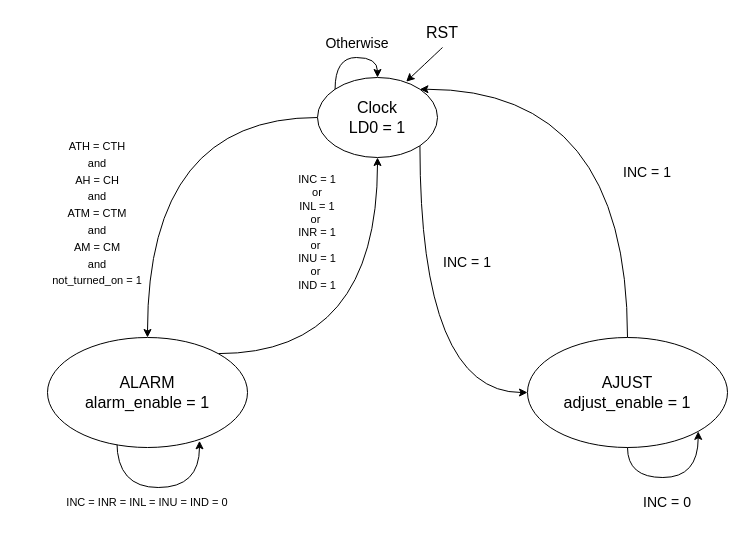
This is page "FSM- Main Circuit" (5 of 7) of Block Diagram.drawio from MagdElDinAhmed/DD1-Project2, a draw.io file, before an edit. Source tidied: cells renumbered, new cells numbered last; positions are measured from the earlier drawing's top-left corner, leaving out a move shared by most shapes. Both pictures are drawn from the tidied source at 100%, with x=0, y=0 at pixel (17, 17).
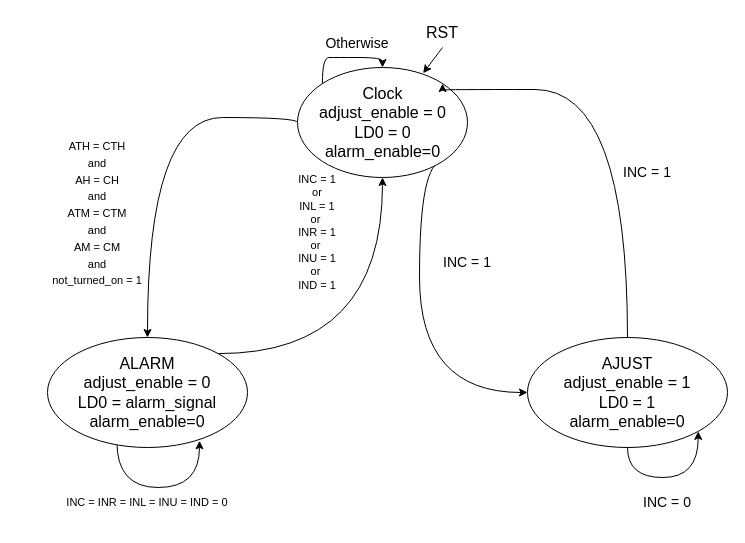
Above is the later version.

What changed in the source:
```diff
@@
     <mxCell id="4" style="ellipse;whiteSpace=wrap;html=1;" parent="1" vertex="1">
-      <mxGeometry x="300" y="60" width="120" height="80" as="geometry" />
+      <mxGeometry x="280" y="50" width="170" height="110" as="geometry" />
     </mxCell>
@@
-    <mxCell id="8" value="&lt;font style=&quot;font-size: 16px;&quot;&gt;Clock&lt;br&gt;LD0 = 1&lt;/font&gt;" style="text;html=1;strokeColor=none;fillColor=none;align=center;verticalAlign=middle;whiteSpace=wrap;rounded=0;" parent="1" vertex="1">
-      <mxGeometry x="330" y="85" width="60" height="30" as="geometry" />
+    <mxCell id="8" value="&lt;font style=&quot;font-size: 16px;&quot;&gt;Clock&lt;br&gt;&lt;/font&gt;&lt;div&gt;&lt;font style=&quot;font-size: 16px;&quot;&gt;adjust_enable = 0&lt;br&gt;&lt;/font&gt;&lt;/div&gt;&lt;div&gt;&lt;font style=&quot;font-size: 16px;&quot;&gt;LD0 = 0&lt;br&gt;&lt;/font&gt;&lt;/div&gt;&lt;div&gt;&lt;font style=&quot;font-size: 16px;&quot;&gt;alarm_enable=0&lt;br&gt;&lt;/font&gt;&lt;/div&gt;" style="text;html=1;strokeColor=none;fillColor=none;align=center;verticalAlign=middle;whiteSpace=wrap;rounded=0;" parent="1" vertex="1">
+      <mxGeometry x="260" y="62.5" width="211" height="85" as="geometry" />
     </mxCell>
-    <mxCell id="9" value="&lt;span style=&quot;font-size: 16px;&quot;&gt;ALARM&lt;br&gt;alarm_enable = 1&lt;/span&gt;" style="text;html=1;strokeColor=none;fillColor=none;align=center;verticalAlign=middle;whiteSpace=wrap;rounded=0;" parent="1" vertex="1">
+    <mxCell id="9" value="&lt;span style=&quot;font-size: 16px;&quot;&gt;ALARM&lt;br&gt;&lt;/span&gt;&lt;div&gt;&lt;font style=&quot;font-size: 16px;&quot;&gt;adjust_enable = 0&lt;br&gt;&lt;/font&gt;&lt;/div&gt;&lt;div&gt;&lt;font style=&quot;font-size: 16px;&quot;&gt;LD0 = alarm_signal&lt;br&gt;&lt;/font&gt;&lt;/div&gt;&lt;font style=&quot;font-size: 16px;&quot;&gt;alarm_enable=0&lt;/font&gt;" style="text;html=1;strokeColor=none;fillColor=none;align=center;verticalAlign=middle;whiteSpace=wrap;rounded=0;" parent="1" vertex="1">
       <mxGeometry x="50" y="360" width="160" height="30" as="geometry" />
     </mxCell>
@@
-    <mxCell id="12" value="&lt;span style=&quot;font-size: 16px;&quot;&gt;AJUST&lt;br&gt;adjust_enable = 1&lt;/span&gt;" style="text;html=1;strokeColor=none;fillColor=none;align=center;verticalAlign=middle;whiteSpace=wrap;rounded=0;" parent="1" vertex="1">
+    <mxCell id="12" value="&lt;span style=&quot;font-size: 16px;&quot;&gt;AJUST&lt;br&gt;&lt;/span&gt;&lt;div&gt;&lt;font style=&quot;font-size: 16px;&quot;&gt;adjust_enable = 1&lt;br&gt;&lt;/font&gt;&lt;/div&gt;&lt;div&gt;&lt;font style=&quot;font-size: 16px;&quot;&gt;LD0 = 1&lt;/font&gt;&lt;/div&gt;&lt;font style=&quot;font-size: 16px;&quot;&gt;alarm_enable=0&lt;/font&gt;" style="text;html=1;strokeColor=none;fillColor=none;align=center;verticalAlign=middle;whiteSpace=wrap;rounded=0;" parent="1" vertex="1">
       <mxGeometry x="530" y="360" width="160" height="30" as="geometry" />
     </mxCell>
```
